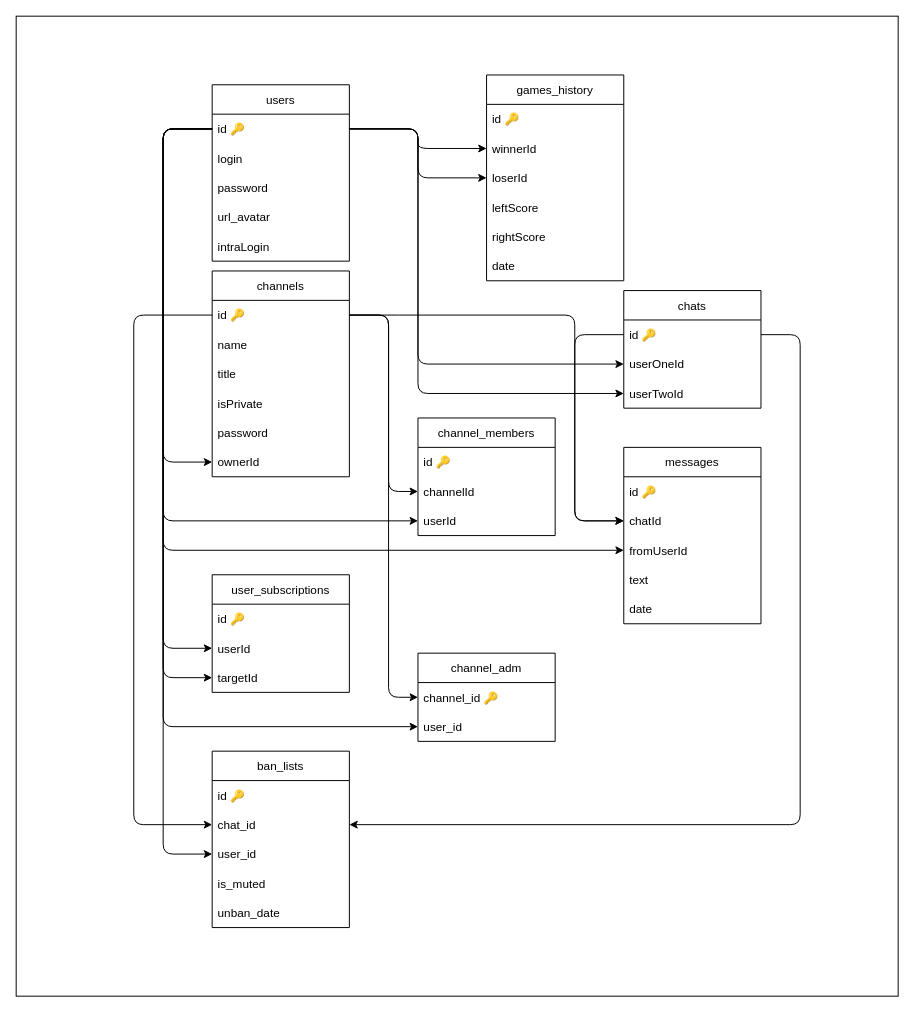
Earlier version of the draw.io diagram db/schema/relations.drawio (bandrw/ft_transcendence). Source tidied: cells renumbered, new cells numbered last; positions are measured from the earlier drawing's top-left corner, leaving out a move shared by most shapes. Both pictures are drawn from the tidied source at 98%, with x=0, y=0 at pixel (16, 16).
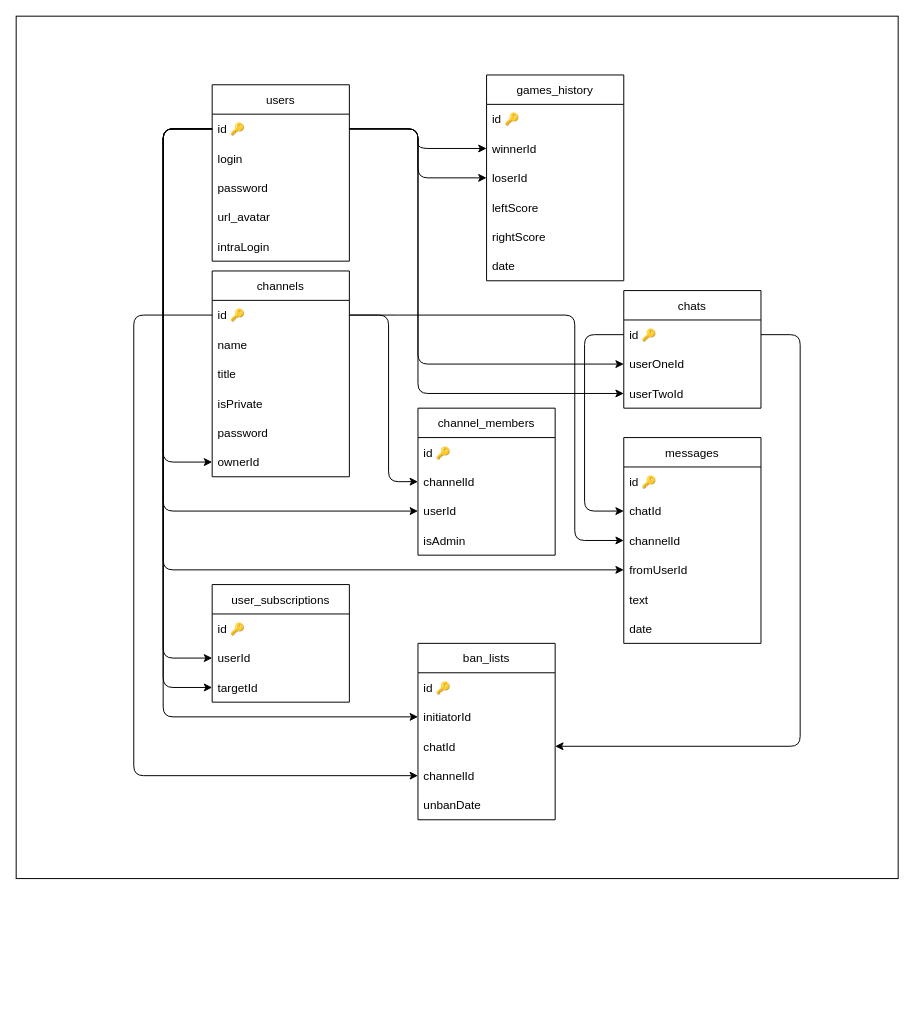
The same page after the edit.

Unchanged cells that the change refers to:
```xml
<mxCell id="4" value="id 🔑" style="text;strokeColor=none;fillColor=none;align=left;verticalAlign=middle;spacingLeft=4;spacingRight=4;overflow=hidden;points=[[0,0.5],[1,0.5]];portConstraint=eastwest;" parent="3" vertex="1">
  <mxGeometry y="30" width="140" height="30" as="geometry" />
</mxCell>
<mxCell id="19" value="id 🔑" style="text;strokeColor=none;fillColor=none;align=left;verticalAlign=middle;spacingLeft=4;spacingRight=4;overflow=hidden;points=[[0,0.5],[1,0.5]];portConstraint=eastwest;" parent="18" vertex="1">
  <mxGeometry y="30" width="140" height="30" as="geometry" />
</mxCell>
<mxCell id="27" value="channelId" style="text;strokeColor=none;fillColor=none;align=left;verticalAlign=middle;spacingLeft=4;spacingRight=4;overflow=hidden;points=[[0,0.5],[1,0.5]];portConstraint=eastwest;" parent="25" vertex="1">
  <mxGeometry y="60" width="140" height="30" as="geometry" />
</mxCell>
<mxCell id="28" value="userId" style="text;strokeColor=none;fillColor=none;align=left;verticalAlign=middle;spacingLeft=4;spacingRight=4;overflow=hidden;points=[[0,0.5],[1,0.5]];portConstraint=eastwest;" parent="25" vertex="1">
  <mxGeometry y="90" width="140" height="30" as="geometry" />
</mxCell>
<mxCell id="34" value="chatId" style="text;strokeColor=none;fillColor=none;align=left;verticalAlign=middle;spacingLeft=4;spacingRight=4;overflow=hidden;points=[[0,0.5],[1,0.5]];portConstraint=eastwest;" parent="32" vertex="1">
  <mxGeometry y="60" width="140" height="30" as="geometry" />
</mxCell>
<mxCell id="40" value="id 🔑" style="text;strokeColor=none;fillColor=none;align=left;verticalAlign=middle;spacingLeft=4;spacingRight=4;overflow=hidden;points=[[0,0.5],[1,0.5]];portConstraint=eastwest;" parent="39" vertex="1">
  <mxGeometry y="30" width="140" height="30" as="geometry" />
</mxCell>
<mxCell id="45" value="userId" style="text;strokeColor=none;fillColor=none;align=left;verticalAlign=middle;spacingLeft=4;spacingRight=4;overflow=hidden;points=[[0,0.5],[1,0.5]];portConstraint=eastwest;" parent="43" vertex="1">
  <mxGeometry y="60" width="140" height="30" as="geometry" />
</mxCell>
<mxCell id="46" value="targetId" style="text;strokeColor=none;fillColor=none;align=left;verticalAlign=middle;spacingLeft=4;spacingRight=4;overflow=hidden;points=[[0,0.5],[1,0.5]];portConstraint=eastwest;" parent="43" vertex="1">
  <mxGeometry y="90" width="140" height="30" as="geometry" />
</mxCell>
```

The edit, as a diff of the source:
```diff
@@
     <mxCell id="2" style="rounded=0;whiteSpace=wrap;html=1;" parent="1" vertex="1">
-      <mxGeometry width="900" height="1000" as="geometry" />
+      <mxGeometry width="900" height="880" as="geometry" />
     </mxCell>
@@
     <mxCell id="25" value="channel_members" style="swimlane;fontStyle=0;horizontal=1;startSize=30;" parent="1" vertex="1">
-      <mxGeometry x="410" y="410" width="140" height="120" as="geometry" />
+      <mxGeometry x="410" y="400" width="140" height="150" as="geometry" />
     </mxCell>
@@
+    <mxCell id="67" value="isAdmin" style="text;strokeColor=none;fillColor=none;align=left;verticalAlign=middle;spacingLeft=4;spacingRight=4;overflow=hidden;" parent="25" vertex="1">
+      <mxGeometry y="120" width="140" height="30" as="geometry" />
+    </mxCell>
@@
     <mxCell id="30" style="endArrow=classic;html=1;rounded=1;exitX=1;exitY=0.5;exitDx=0;exitDy=0;entryX=0;entryY=0.5;entryDx=0;entryDy=0;" parent="1" edge="1" source="19" target="27">
       <mxGeometry relative="1" as="geometry">
         <Array as="points">
           <mxPoint x="380" y="305" />
-          <mxPoint x="380" y="485" />
+          <mxPoint x="380" y="475" />
         </Array>
       </mxGeometry>
     </mxCell>
     <mxCell id="31" style="endArrow=classic;html=1;rounded=1;exitX=0;exitY=0.5;exitDx=0;exitDy=0;entryX=0;entryY=0.5;entryDx=0;entryDy=0;" parent="1" edge="1" source="4" target="28">
       <mxGeometry relative="1" as="geometry">
         <Array as="points">
           <mxPoint x="150" y="115" />
-          <mxPoint x="150" y="515" />
+          <mxPoint x="150" y="505" />
         </Array>
       </mxGeometry>
     </mxCell>
     <mxCell id="32" value="messages" style="swimlane;fontStyle=0;horizontal=1;startSize=30;" parent="1" vertex="1">
-      <mxGeometry x="620" y="440" width="140" height="180" as="geometry" />
+      <mxGeometry x="620" y="430" width="140" height="210" as="geometry" />
     </mxCell>
@@
+    <mxCell id="68" value="channelId" style="text;strokeColor=none;fillColor=none;align=left;verticalAlign=middle;spacingLeft=4;spacingRight=4;overflow=hidden;points=[[0,0.5],[1,0.5]];portConstraint=eastwest;" parent="32" vertex="1">
+      <mxGeometry y="90" width="140" height="30" as="geometry" />
+    </mxCell>
     <mxCell id="35" value="fromUserId" style="text;strokeColor=none;fillColor=none;align=left;verticalAlign=middle;spacingLeft=4;spacingRight=4;overflow=hidden;points=[[0,0.5],[1,0.5]];portConstraint=eastwest;" parent="32" vertex="1">
-      <mxGeometry y="90" width="140" height="30" as="geometry" />
+      <mxGeometry y="120" width="140" height="30" as="geometry" />
     </mxCell>
     <mxCell id="36" value="text" style="text;strokeColor=none;fillColor=none;align=left;verticalAlign=middle;spacingLeft=4;spacingRight=4;overflow=hidden;" parent="32" vertex="1">
-      <mxGeometry y="120" width="140" height="30" as="geometry" />
+      <mxGeometry y="150" width="140" height="30" as="geometry" />
     </mxCell>
     <mxCell id="37" value="date" style="text;strokeColor=none;fillColor=none;align=left;verticalAlign=middle;spacingLeft=4;spacingRight=4;overflow=hidden;" parent="32" vertex="1">
-      <mxGeometry y="150" width="140" height="30" as="geometry" />
+      <mxGeometry y="180" width="140" height="30" as="geometry" />
     </mxCell>
     <mxCell id="38" style="endArrow=classic;html=1;rounded=1;exitX=0;exitY=0.5;exitDx=0;exitDy=0;entryX=0;entryY=0.5;entryDx=0;entryDy=0;" parent="1" edge="1" source="4" target="35">
       <mxGeometry relative="1" as="geometry">
         <Array as="points">
           <mxPoint x="150" y="115" />
-          <mxPoint x="150" y="545" />
+          <mxPoint x="150" y="565" />
         </Array>
       </mxGeometry>
     </mxCell>
@@
     <mxCell id="43" value="user_subscriptions" style="swimlane;fontStyle=0;horizontal=1;startSize=30;" parent="1" vertex="1">
-      <mxGeometry x="200" y="570" width="140" height="120" as="geometry" />
+      <mxGeometry x="200" y="580" width="140" height="120" as="geometry" />
     </mxCell>
@@
     <mxCell id="47" style="endArrow=classic;html=1;rounded=1;exitX=0;exitY=0.5;exitDx=0;exitDy=0;entryX=0;entryY=0.5;entryDx=0;entryDy=0;" parent="1" edge="1" source="4" target="45">
       <mxGeometry relative="1" as="geometry">
         <Array as="points">
           <mxPoint x="150" y="115" />
-          <mxPoint x="150" y="645" />
+          <mxPoint x="150" y="655" />
         </Array>
       </mxGeometry>
     </mxCell>
     <mxCell id="48" style="endArrow=classic;html=1;rounded=1;exitX=0;exitY=0.5;exitDx=0;exitDy=0;entryX=0;entryY=0.5;entryDx=0;entryDy=0;" parent="1" edge="1" source="4" target="46">
       <mxGeometry relative="1" as="geometry">
         <Array as="points">
           <mxPoint x="150" y="115" />
-          <mxPoint x="150" y="675" />
+          <mxPoint x="150" y="685" />
         </Array>
       </mxGeometry>
     </mxCell>
-    <mxCell id="49" value="channel_adm" style="swimlane;fontStyle=0;horizontal=1;startSize=30;" parent="1" vertex="1">
-      <mxGeometry x="410" y="650" width="140" height="90" as="geometry" />
-    </mxCell>
-    <mxCell id="50" value="channel_id 🔑" style="text;strokeColor=none;fillColor=none;align=left;verticalAlign=middle;spacingLeft=4;spacingRight=4;overflow=hidden;points=[[0,0.5],[1,0.5]];portConstraint=eastwest;" parent="49" vertex="1">
-      <mxGeometry y="30" width="140" height="30" as="geometry" />
-    </mxCell>
-    <mxCell id="51" value="user_id" style="text;strokeColor=none;fillColor=none;align=left;verticalAlign=middle;spacingLeft=4;spacingRight=4;overflow=hidden;points=[[0,0.5],[1,0.5]];portConstraint=eastwest;" parent="49" vertex="1">
-      <mxGeometry y="60" width="140" height="30" as="geometry" />
-    </mxCell>
-    <mxCell id="52" style="endArrow=classic;html=1;rounded=1;exitX=0;exitY=0.5;exitDx=0;exitDy=0;entryX=0;entryY=0.5;entryDx=0;entryDy=0;" parent="1" edge="1" source="4" target="51">
-      <mxGeometry relative="1" as="geometry">
-        <Array as="points">
-          <mxPoint x="150" y="115" />
-          <mxPoint x="150" y="725" />
-        </Array>
-      </mxGeometry>
-    </mxCell>
-    <mxCell id="53" style="endArrow=classic;html=1;rounded=1;exitX=1;exitY=0.5;exitDx=0;exitDy=0;entryX=0;entryY=0.5;entryDx=0;entryDy=0;" parent="1" edge="1" source="19" target="50">
-      <mxGeometry relative="1" as="geometry">
-        <Array as="points">
-          <mxPoint x="380" y="305" />
-          <mxPoint x="380" y="695" />
-        </Array>
-      </mxGeometry>
-    </mxCell>
-    <mxCell id="54" style="endArrow=classic;html=1;rounded=1;exitX=1;exitY=0.5;exitDx=0;exitDy=0;entryX=0;entryY=0.5;entryDx=0;entryDy=0;" parent="1" edge="1" source="19" target="34">
+    <mxCell id="54" style="endArrow=classic;html=1;rounded=1;exitX=1;exitY=0.5;exitDx=0;exitDy=0;entryX=0;entryY=0.5;entryDx=0;entryDy=0;" parent="1" edge="1" source="19" target="68">
       <mxGeometry relative="1" as="geometry">
         <Array as="points">
           <mxPoint x="380" y="305" />
           <mxPoint x="570" y="305" />
-          <mxPoint x="570" y="515" />
+          <mxPoint x="570" y="535" />
         </Array>
       </mxGeometry>
     </mxCell>
     <mxCell id="55" style="endArrow=classic;html=1;rounded=1;exitX=0;exitY=0.5;exitDx=0;exitDy=0;entryX=0;entryY=0.5;entryDx=0;entryDy=0;" parent="1" edge="1" source="40" target="34">
       <mxGeometry relative="1" as="geometry">
         <Array as="points">
-          <mxPoint x="570" y="325" />
-          <mxPoint x="570" y="515" />
+          <mxPoint x="580" y="325" />
+          <mxPoint x="580" y="505" />
         </Array>
       </mxGeometry>
     </mxCell>
@@
     <mxCell id="58" value="ban_lists" style="swimlane;fontStyle=0;horizontal=1;startSize=30;" parent="1" vertex="1">
-      <mxGeometry x="200" y="750" width="140" height="180" as="geometry" />
+      <mxGeometry x="410" y="640" width="140" height="180" as="geometry" />
     </mxCell>
@@
-    <mxCell id="60" value="chat_id" style="text;strokeColor=none;fillColor=none;align=left;verticalAlign=middle;spacingLeft=4;spacingRight=4;overflow=hidden;points=[[0,0.5],[1,0.5]];portConstraint=eastwest;" parent="58" vertex="1">
+    <mxCell id="60" value="initiatorId" style="text;strokeColor=none;fillColor=none;align=left;verticalAlign=middle;spacingLeft=4;spacingRight=4;overflow=hidden;points=[[0,0.5],[1,0.5]];portConstraint=eastwest;" parent="58" vertex="1">
       <mxGeometry y="60" width="140" height="30" as="geometry" />
     </mxCell>
+    <mxCell id="69" value="chatId" style="text;strokeColor=none;fillColor=none;align=left;verticalAlign=middle;spacingLeft=4;spacingRight=4;overflow=hidden;points=[[0,0.5],[1,0.5]];portConstraint=eastwest;" parent="58" vertex="1">
+      <mxGeometry y="90" width="140" height="30" as="geometry" />
+    </mxCell>
-    <mxCell id="61" value="user_id" style="text;strokeColor=none;fillColor=none;align=left;verticalAlign=middle;spacingLeft=4;spacingRight=4;overflow=hidden;points=[[0,0.5],[1,0.5]];portConstraint=eastwest;" parent="58" vertex="1">
-      <mxGeometry y="90" width="140" height="30" as="geometry" />
+    <mxCell id="61" value="channelId" style="text;strokeColor=none;fillColor=none;align=left;verticalAlign=middle;spacingLeft=4;spacingRight=4;overflow=hidden;points=[[0,0.5],[1,0.5]];portConstraint=eastwest;" parent="58" vertex="1">
+      <mxGeometry y="120" width="140" height="30" as="geometry" />
     </mxCell>
-    <mxCell id="62" value="is_muted" style="text;strokeColor=none;fillColor=none;align=left;verticalAlign=middle;spacingLeft=4;spacingRight=4;overflow=hidden;" parent="58" vertex="1">
-      <mxGeometry y="120" width="140" height="30" as="geometry" />
-    </mxCell>
-    <mxCell id="63" value="unban_date" style="text;strokeColor=none;fillColor=none;align=left;verticalAlign=middle;spacingLeft=4;spacingRight=4;overflow=hidden;" parent="58" vertex="1">
+    <mxCell id="63" value="unbanDate" style="text;strokeColor=none;fillColor=none;align=left;verticalAlign=middle;spacingLeft=4;spacingRight=4;overflow=hidden;" parent="58" vertex="1">
       <mxGeometry y="150" width="140" height="30" as="geometry" />
     </mxCell>
-    <mxCell id="64" style="endArrow=classic;html=1;rounded=1;exitX=0;exitY=0.5;exitDx=0;exitDy=0;entryX=0;entryY=0.5;entryDx=0;entryDy=0;" parent="1" edge="1" source="19" target="60">
+    <mxCell id="64" style="endArrow=classic;html=1;rounded=1;exitX=0;exitY=0.5;exitDx=0;exitDy=0;entryX=0;entryY=0.5;entryDx=0;entryDy=0;" parent="1" edge="1" source="19" target="61">
       <mxGeometry relative="1" as="geometry">
         <Array as="points">
           <mxPoint x="120" y="305" />
-          <mxPoint x="120" y="825" />
+          <mxPoint x="120" y="775" />
         </Array>
       </mxGeometry>
     </mxCell>
-    <mxCell id="65" style="endArrow=classic;html=1;rounded=1;exitX=1;exitY=0.5;exitDx=0;exitDy=0;entryX=1;entryY=0.5;entryDx=0;entryDy=0;" parent="1" edge="1" source="40" target="60">
+    <mxCell id="65" style="endArrow=classic;html=1;rounded=1;exitX=1;exitY=0.5;exitDx=0;exitDy=0;entryX=1;entryY=0.5;entryDx=0;entryDy=0;" parent="1" edge="1" source="40" target="69">
       <mxGeometry relative="1" as="geometry">
         <Array as="points">
           <mxPoint x="800" y="325" />
-          <mxPoint x="800" y="825" />
+          <mxPoint x="800" y="745" />
         </Array>
       </mxGeometry>
     </mxCell>
-    <mxCell id="66" style="endArrow=classic;html=1;rounded=1;exitX=0;exitY=0.5;exitDx=0;exitDy=0;entryX=0;entryY=0.5;entryDx=0;entryDy=0;" parent="1" edge="1" source="4" target="61">
+    <mxCell id="66" style="endArrow=classic;html=1;rounded=1;exitX=0;exitY=0.5;exitDx=0;exitDy=0;entryX=0;entryY=0.5;entryDx=0;entryDy=0;" parent="1" edge="1" source="4" target="60">
       <mxGeometry relative="1" as="geometry">
         <Array as="points">
           <mxPoint x="150" y="115" />
-          <mxPoint x="150" y="855" />
+          <mxPoint x="150" y="715" />
         </Array>
       </mxGeometry>
     </mxCell>
```
